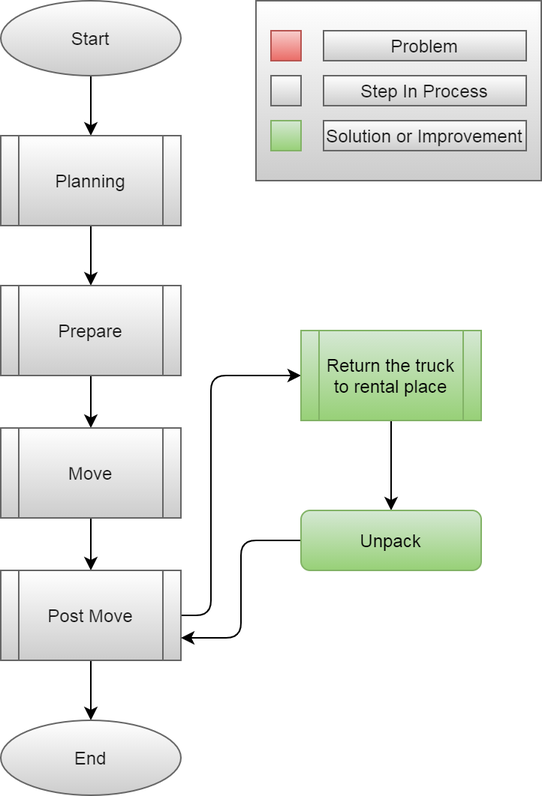
LP-76/load.in keeps this draw.io diagram as Documents/flow_diagrams/Solution_Flow_Post_Move_3.png. Above is the earlier version. Source tidied: cells renumbered, new cells last; positions are measured from the earlier drawing's top-left corner, leaving out a move shared by most shapes.
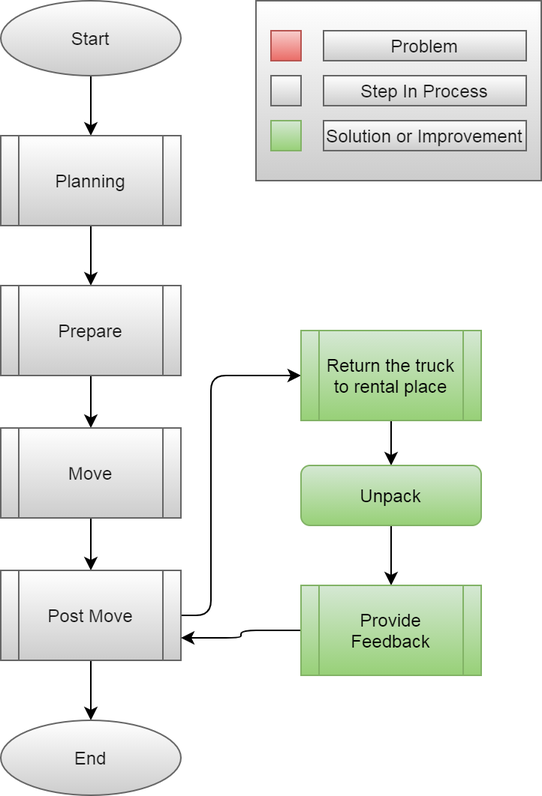
Above is the later version.

The edit, as a diff of the source:
```diff
@@ -49,11 +49,14 @@
     <mxCell id="15" value="Return the truck to rental place" style="shape=process;whiteSpace=wrap;html=1;backgroundOutline=1;gradientColor=#97d077;fillColor=#d5e8d4;strokeColor=#82b366;" parent="1" vertex="1">
       <mxGeometry x="200" y="220" width="120" height="60" as="geometry" />
     </mxCell>
-    <mxCell id="16" style="edgeStyle=orthogonalEdgeStyle;curved=0;rounded=1;sketch=0;jettySize=auto;html=1;entryX=1;entryY=0.75;entryDx=0;entryDy=0;fontColor=#1A1A1A;" parent="1" edge="1" source="17" target="12">
+    <mxCell id="16" style="edgeStyle=orthogonalEdgeStyle;curved=0;rounded=1;sketch=0;jettySize=auto;html=1;entryX=1;entryY=0.75;entryDx=0;entryDy=0;fontColor=#1A1A1A;exitX=0;exitY=0.5;exitDx=0;exitDy=0;" parent="1" edge="1" source="27" target="12">
       <mxGeometry relative="1" as="geometry" />
     </mxCell>
+    <mxCell id="26" style="edgeStyle=orthogonalEdgeStyle;rounded=0;jettySize=auto;html=1;" parent="1" edge="1" source="17" target="27">
+      <mxGeometry relative="1" as="geometry" />
+    </mxCell>
     <mxCell id="17" value="Unpack" style="rounded=1;whiteSpace=wrap;html=1;fontSize=12;glass=0;strokeWidth=1;shadow=0;gradientColor=#97d077;fillColor=#d5e8d4;strokeColor=#82b366;" parent="1" vertex="1">
-      <mxGeometry x="200" y="340" width="120" height="40" as="geometry" />
+      <mxGeometry x="200" y="310" width="120" height="40" as="geometry" />
     </mxCell>
     <mxCell id="18" style="group;" parent="1" vertex="1">
       <mxGeometry x="170" width="190" height="120" as="geometry" />
@@ -79,5 +82,8 @@
     <mxCell id="25" value="Solution or Improvement" style="text;html=1;align=center;verticalAlign=middle;whiteSpace=wrap;fillColor=#FFFFFF;gradientColor=#CCCCCC;strokeColor=#666666;fontColor=#1A1A1A;" parent="18" vertex="1">
       <mxGeometry x="45" y="80" width="135" height="20" as="geometry" />
     </mxCell>
+    <mxCell id="27" value="Provide Feedback" style="shape=process;whiteSpace=wrap;html=1;backgroundOutline=1;gradientColor=#97d077;fillColor=#d5e8d4;strokeColor=#82b366;" parent="1" vertex="1">
+      <mxGeometry x="200" y="390" width="120" height="60" as="geometry" />
+    </mxCell>
   </root>
 </mxGraphModel>
```
